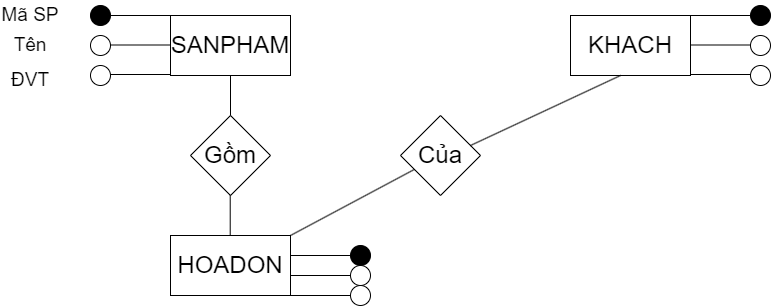
Above: Chương 3 QT1(Mô hình hóa).png in datnham0212/learning (draw.io), before the change. Source tidied: cells renumbered, new cells last; positions are measured from the earlier drawing's top-left corner, leaving out a move shared by most shapes.
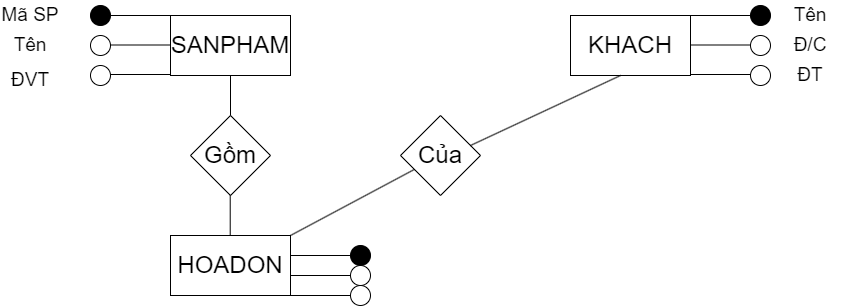
The same diagram one commit later.

What changed in the source:
```diff
@@ -129,5 +129,14 @@
     <mxCell id="31" value="ĐVT" style="text;html=1;strokeColor=none;fillColor=none;align=center;verticalAlign=middle;whiteSpace=wrap;rounded=0;fontSize=19;" parent="1" vertex="1">
       <mxGeometry y="65" width="60" height="30" as="geometry" />
     </mxCell>
+    <mxCell id="32" value="Tên" style="text;html=1;strokeColor=none;fillColor=none;align=center;verticalAlign=middle;whiteSpace=wrap;rounded=0;fontSize=19;" parent="1" vertex="1">
+      <mxGeometry x="780" width="60" height="30" as="geometry" />
+    </mxCell>
+    <mxCell id="33" value="Đ/C" style="text;html=1;strokeColor=none;fillColor=none;align=center;verticalAlign=middle;whiteSpace=wrap;rounded=0;fontSize=19;" parent="1" vertex="1">
+      <mxGeometry x="780" y="30" width="60" height="30" as="geometry" />
+    </mxCell>
+    <mxCell id="34" value="ĐT" style="text;html=1;strokeColor=none;fillColor=none;align=center;verticalAlign=middle;whiteSpace=wrap;rounded=0;fontSize=19;" parent="1" vertex="1">
+      <mxGeometry x="780" y="60" width="60" height="30" as="geometry" />
+    </mxCell>
   </root>
 </mxGraphModel>
```
